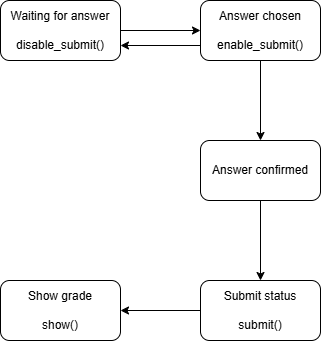
This is pruebas/prueba8/Education assessment/Education state machine diagram.drawio.png from anderesor-star/pruebas, a draw.io export, as it was before one commit. Source tidied: cells renumbered, new cells last; positions are measured from the earlier drawing's top-left corner, leaving out a move shared by most shapes. Its diagram source:
```xml
<mxGraphModel>
  <root>
    <mxCell id="0" />
    <mxCell id="1" parent="0" />
    <mxCell id="2" style="edgeStyle=orthogonalEdgeStyle;rounded=0;jettySize=auto;html=1;" parent="1" edge="1" source="3" target="6">
      <mxGeometry relative="1" as="geometry" />
    </mxCell>
    <mxCell id="3" value="Waiting for answer&lt;div&gt;&lt;br&gt;&lt;/div&gt;&lt;div&gt;disable_submit()&lt;/div&gt;" style="rounded=1;whiteSpace=wrap;html=1;" parent="1" vertex="1">
      <mxGeometry width="120" height="60" as="geometry" />
    </mxCell>
    <mxCell id="4" style="edgeStyle=orthogonalEdgeStyle;rounded=0;jettySize=auto;html=1;" parent="1" edge="1" source="6" target="8">
      <mxGeometry relative="1" as="geometry" />
    </mxCell>
    <mxCell id="5" style="edgeStyle=orthogonalEdgeStyle;rounded=0;jettySize=auto;html=1;exitX=0;exitY=0.75;exitDx=0;exitDy=0;entryX=1;entryY=0.75;entryDx=0;entryDy=0;" parent="1" edge="1" source="6" target="3">
      <mxGeometry relative="1" as="geometry" />
    </mxCell>
    <mxCell id="6" value="Answer chosen&lt;div&gt;&lt;br&gt;&lt;/div&gt;&lt;div&gt;enable_submit()&lt;/div&gt;" style="rounded=1;whiteSpace=wrap;html=1;" parent="1" vertex="1">
      <mxGeometry x="200" width="120" height="60" as="geometry" />
    </mxCell>
    <mxCell id="7" style="edgeStyle=orthogonalEdgeStyle;rounded=0;jettySize=auto;html=1;" parent="1" edge="1" source="8" target="10">
      <mxGeometry relative="1" as="geometry" />
    </mxCell>
    <mxCell id="8" value="Answer confirmed" style="whiteSpace=wrap;html=1;rounded=1;" parent="1" vertex="1">
      <mxGeometry x="200" y="140" width="120" height="60" as="geometry" />
    </mxCell>
    <mxCell id="9" style="edgeStyle=orthogonalEdgeStyle;rounded=0;jettySize=auto;html=1;" parent="1" edge="1" source="10" target="11">
      <mxGeometry relative="1" as="geometry" />
    </mxCell>
    <mxCell id="10" value="Submit status&lt;div&gt;&lt;br&gt;&lt;/div&gt;&lt;div&gt;submit()&lt;/div&gt;" style="whiteSpace=wrap;html=1;rounded=1;" parent="1" vertex="1">
      <mxGeometry x="200" y="280" width="120" height="60" as="geometry" />
    </mxCell>
    <mxCell id="11" value="Show grade&lt;div&gt;&lt;br&gt;&lt;/div&gt;&lt;div&gt;show()&lt;/div&gt;" style="whiteSpace=wrap;html=1;rounded=1;" parent="1" vertex="1">
      <mxGeometry y="280" width="120" height="60" as="geometry" />
    </mxCell>
  </root>
</mxGraphModel>
```
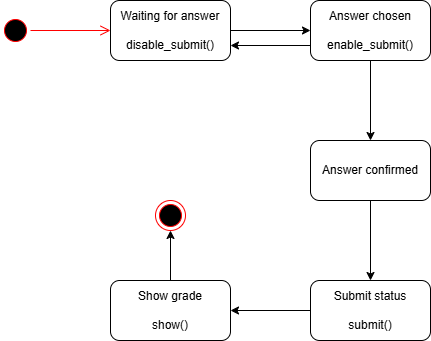
The same diagram one commit later.

Diff of the diagram source:
```diff
@@ -29,8 +29,20 @@
     <mxCell id="10" value="Submit status&lt;div&gt;&lt;br&gt;&lt;/div&gt;&lt;div&gt;submit()&lt;/div&gt;" style="whiteSpace=wrap;html=1;rounded=1;" parent="1" vertex="1">
       <mxGeometry x="200" y="280" width="120" height="60" as="geometry" />
     </mxCell>
+    <mxCell id="12" style="edgeStyle=orthogonalEdgeStyle;rounded=0;jettySize=auto;html=1;exitX=0.5;exitY=0;exitDx=0;exitDy=0;entryX=0.5;entryY=1;entryDx=0;entryDy=0;" parent="1" edge="1" source="11" target="15">
+      <mxGeometry relative="1" as="geometry" />
+    </mxCell>
     <mxCell id="11" value="Show grade&lt;div&gt;&lt;br&gt;&lt;/div&gt;&lt;div&gt;show()&lt;/div&gt;" style="whiteSpace=wrap;html=1;rounded=1;" parent="1" vertex="1">
       <mxGeometry y="280" width="120" height="60" as="geometry" />
     </mxCell>
+    <mxCell id="13" style="ellipse;html=1;shape=startState;fillColor=#000000;strokeColor=#ff0000;" parent="1" vertex="1">
+      <mxGeometry x="-110" y="15" width="30" height="30" as="geometry" />
+    </mxCell>
+    <mxCell id="14" style="edgeStyle=orthogonalEdgeStyle;html=1;verticalAlign=bottom;endArrow=open;endSize=8;strokeColor=#ff0000;rounded=0;entryX=0;entryY=0.5;entryDx=0;entryDy=0;" parent="1" edge="1" source="13" target="3">
+      <mxGeometry relative="1" as="geometry" />
+    </mxCell>
+    <mxCell id="15" style="ellipse;html=1;shape=endState;fillColor=#000000;strokeColor=#ff0000;" parent="1" vertex="1">
+      <mxGeometry x="45" y="200" width="30" height="30" as="geometry" />
+    </mxCell>
   </root>
 </mxGraphModel>
```
